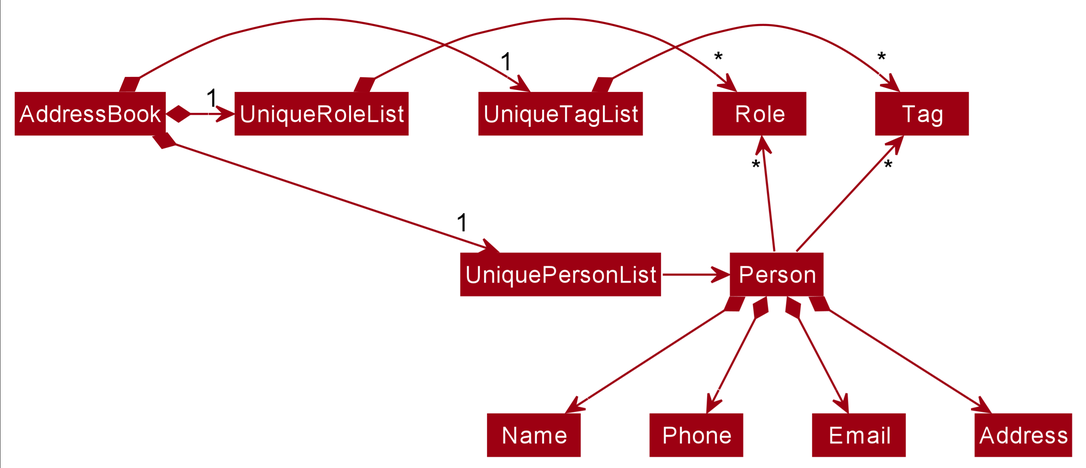
Before: docs/images/BetterModelClassDiagram.png, a diagram exported from PlantUML (nus-cs2103-AY2122S1/tp). Its source is kept beside it as docs/diagrams/BetterModelClassDiagram.puml.
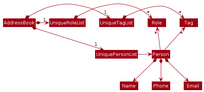
Above is the later version.

What changed in the source:
```diff
@@ -20,5 +20,5 @@
 Person *--> Name
 Person *--> Phone
 Person *--> Email
-Person *--> Address
+
 @enduml
```
